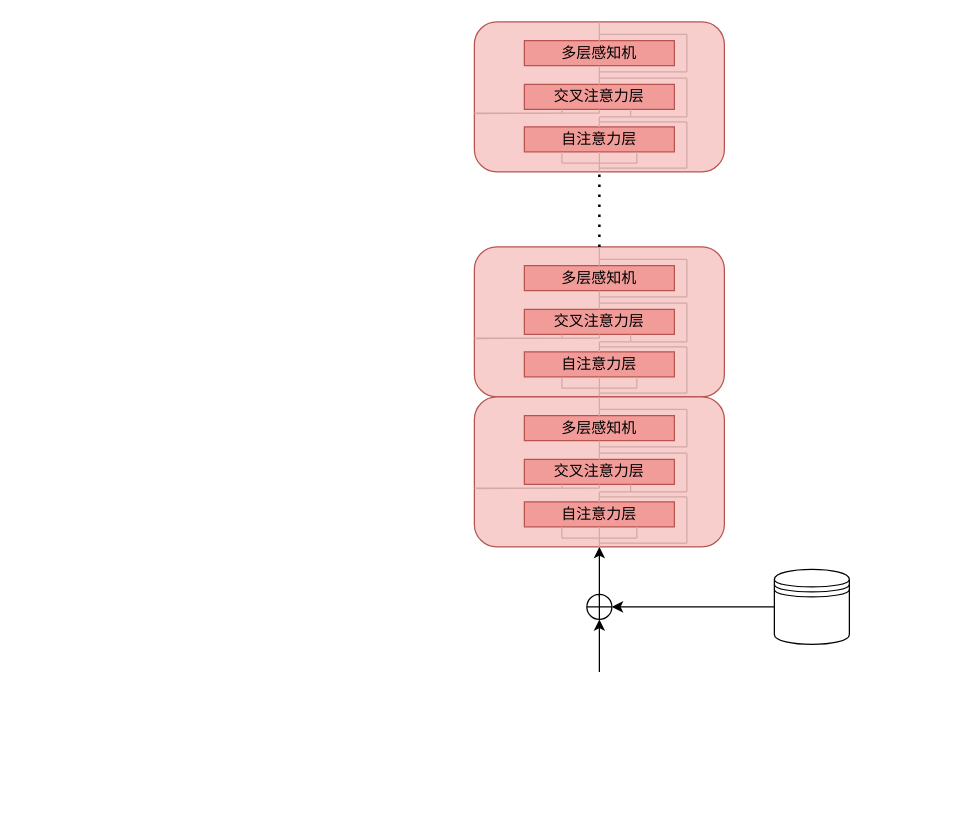
Above: 未命名绘图.drawio in z1z2z3zyy/k8s (draw.io), before the change. Source tidied: cells renumbered, new cells numbered last; positions are measured from the earlier drawing's top-left corner, leaving out a move shared by most shapes. Both pictures are drawn from the tidied source at 125%, with x=0, y=0 at pixel (474, 21). Pictures stored in the file or linked from it are replaced by grey dashed boxes.
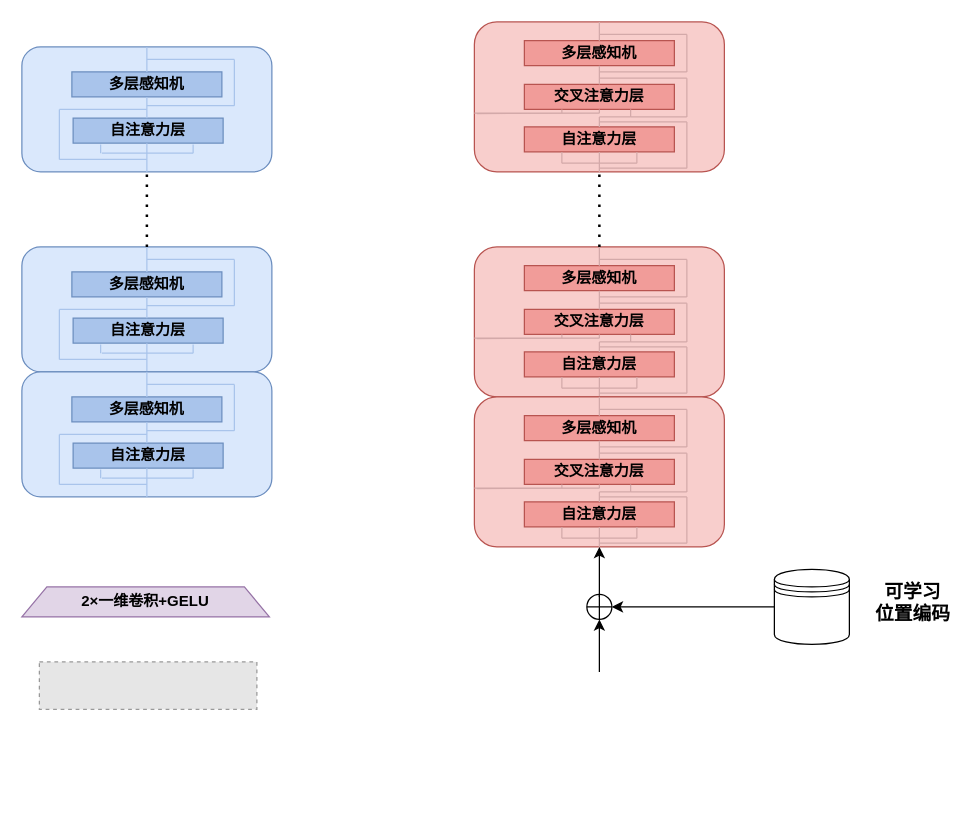
The same page after the edit.

Commit message (it also covers changes not shown here):
更新未命名绘图.drawio

The change refers to these unchanged cells:
```xml
<mxCell id="2" style="group;" parent="1" vertex="1">
  <mxGeometry y="180" width="200" height="120" as="geometry" />
</mxCell>
<mxCell id="29" style="group;" parent="1" vertex="1">
  <mxGeometry y="300" width="200" height="120" as="geometry" />
</mxCell>
<mxCell id="56" style="group;" parent="1" vertex="1">
  <mxGeometry width="200" height="120" as="geometry" />
</mxCell>
```

Change to the diagram source:
```diff
@@
-    <mxCell id="4" value="多层感知机" style="rounded=0;whiteSpace=wrap;html=1;fillColor=#F19C99;strokeColor=#b85450;shadow=0;" parent="2" vertex="1">
+    <mxCell id="4" value="&lt;b&gt;多层感知机&lt;/b&gt;" style="rounded=0;whiteSpace=wrap;html=1;fillColor=#F19C99;strokeColor=#b85450;shadow=0;" parent="2" vertex="1">
       <mxGeometry x="40" y="15" width="120" height="20" as="geometry" />
     </mxCell>
-    <mxCell id="5" value="交叉注意力层" style="rounded=0;whiteSpace=wrap;html=1;fillColor=#F19C99;strokeColor=#b85450;" parent="2" vertex="1">
+    <mxCell id="5" value="&lt;b&gt;交叉注意力层&lt;/b&gt;" style="rounded=0;whiteSpace=wrap;html=1;fillColor=#F19C99;strokeColor=#b85450;" parent="2" vertex="1">
       <mxGeometry x="40" y="50" width="120" height="20" as="geometry" />
     </mxCell>
-    <mxCell id="6" value="自注意力层" style="rounded=0;whiteSpace=wrap;html=1;fillColor=#F19C99;strokeColor=#b85450;" parent="2" vertex="1">
+    <mxCell id="6" value="&lt;b&gt;自注意力层&lt;/b&gt;" style="rounded=0;whiteSpace=wrap;html=1;fillColor=#F19C99;strokeColor=#b85450;" parent="2" vertex="1">
       <mxGeometry x="40" y="84" width="120" height="20" as="geometry" />
     </mxCell>
@@
-    <mxCell id="31" value="多层感知机" style="rounded=0;whiteSpace=wrap;html=1;fillColor=#F19C99;strokeColor=#b85450;shadow=0;" parent="29" vertex="1">
+    <mxCell id="31" value="&lt;b&gt;多层感知机&lt;/b&gt;" style="rounded=0;whiteSpace=wrap;html=1;fillColor=#F19C99;strokeColor=#b85450;shadow=0;" parent="29" vertex="1">
       <mxGeometry x="40" y="15" width="120" height="20" as="geometry" />
     </mxCell>
-    <mxCell id="32" value="交叉注意力层" style="rounded=0;whiteSpace=wrap;html=1;fillColor=#F19C99;strokeColor=#b85450;" parent="29" vertex="1">
+    <mxCell id="32" value="&lt;b&gt;交叉注意力层&lt;/b&gt;" style="rounded=0;whiteSpace=wrap;html=1;fillColor=#F19C99;strokeColor=#b85450;" parent="29" vertex="1">
       <mxGeometry x="40" y="50" width="120" height="20" as="geometry" />
     </mxCell>
-    <mxCell id="33" value="自注意力层" style="rounded=0;whiteSpace=wrap;html=1;fillColor=#F19C99;strokeColor=#b85450;" parent="29" vertex="1">
+    <mxCell id="33" value="&lt;b&gt;自注意力层&lt;/b&gt;" style="rounded=0;whiteSpace=wrap;html=1;fillColor=#F19C99;strokeColor=#b85450;" parent="29" vertex="1">
       <mxGeometry x="40" y="84" width="120" height="20" as="geometry" />
     </mxCell>
@@
-    <mxCell id="58" value="多层感知机" style="rounded=0;whiteSpace=wrap;html=1;fillColor=#F19C99;strokeColor=#b85450;shadow=0;" parent="56" vertex="1">
+    <mxCell id="58" value="&lt;b&gt;多层感知机&lt;/b&gt;" style="rounded=0;whiteSpace=wrap;html=1;fillColor=#F19C99;strokeColor=#b85450;shadow=0;" parent="56" vertex="1">
       <mxGeometry x="40" y="15" width="120" height="20" as="geometry" />
     </mxCell>
-    <mxCell id="59" value="交叉注意力层" style="rounded=0;whiteSpace=wrap;html=1;fillColor=#F19C99;strokeColor=#b85450;" parent="56" vertex="1">
+    <mxCell id="59" value="&lt;b&gt;交叉注意力层&lt;/b&gt;" style="rounded=0;whiteSpace=wrap;html=1;fillColor=#F19C99;strokeColor=#b85450;" parent="56" vertex="1">
       <mxGeometry x="40" y="50" width="120" height="20" as="geometry" />
     </mxCell>
-    <mxCell id="60" value="自注意力层" style="rounded=0;whiteSpace=wrap;html=1;fillColor=#F19C99;strokeColor=#b85450;" parent="56" vertex="1">
+    <mxCell id="60" value="&lt;b&gt;自注意力层&lt;/b&gt;" style="rounded=0;whiteSpace=wrap;html=1;fillColor=#F19C99;strokeColor=#b85450;" parent="56" vertex="1">
       <mxGeometry x="40" y="84" width="120" height="20" as="geometry" />
     </mxCell>
@@
+    <mxCell id="89" value="&lt;font style=&quot;font-size: 15px;&quot;&gt;&lt;b&gt;可学习&lt;/b&gt;&lt;/font&gt;&lt;div&gt;&lt;font style=&quot;font-size: 15px;&quot;&gt;&lt;b&gt;位置编码&lt;/b&gt;&lt;/font&gt;&lt;/div&gt;" style="text;html=1;align=center;verticalAlign=middle;whiteSpace=wrap;rounded=0;" parent="1" vertex="1">
+      <mxGeometry x="316" y="450" width="70" height="28" as="geometry" />
+    </mxCell>
+    <mxCell id="90" style="group;" parent="1" vertex="1">
+      <mxGeometry x="-362" y="180" width="519" height="439" as="geometry" />
+    </mxCell>
+    <mxCell id="91" style="group;" parent="90" vertex="1">
+      <mxGeometry width="519" height="439" as="geometry" />
+    </mxCell>
+    <mxCell id="92" style="rounded=1;whiteSpace=wrap;html=1;fillColor=#dae8fc;strokeColor=#6c8ebf;" parent="91" vertex="1">
+      <mxGeometry width="200" height="100" as="geometry" />
+    </mxCell>
+    <mxCell id="93" value="&lt;b&gt;多层感知机&lt;/b&gt;" style="rounded=0;whiteSpace=wrap;html=1;fillColor=#A9C4EB;strokeColor=#6c8ebf;" parent="91" vertex="1">
+      <mxGeometry x="40" y="20" width="120" height="20" as="geometry" />
+    </mxCell>
+    <mxCell id="94" value="&lt;b&gt;自注意力层&lt;/b&gt;" style="rounded=0;whiteSpace=wrap;html=1;fillColor=#A9C4EB;strokeColor=#6c8ebf;" parent="91" vertex="1">
+      <mxGeometry x="41" y="57" width="120" height="20" as="geometry" />
+    </mxCell>
+    <mxCell id="95" style="endArrow=none;html=1;rounded=0;exitX=0.5;exitY=1;exitDx=0;exitDy=0;strokeColor=#A9C4EB;" parent="91" edge="1" source="92">
+      <mxGeometry relative="1" as="geometry">
+        <mxPoint x="100" y="77" as="targetPoint" />
+      </mxGeometry>
+    </mxCell>
+    <mxCell id="96" style="endArrow=none;html=1;rounded=0;exitX=0.5;exitY=0;exitDx=0;exitDy=0;entryX=0.5;entryY=0;entryDx=0;entryDy=0;strokeColor=#A9C4EB;" parent="91" edge="1" source="93" target="92">
+      <mxGeometry relative="1" as="geometry" />
+    </mxCell>
+    <mxCell id="97" style="fillColor=#E6E6E6;strokeColor=#999999;dashed=1;verticalLabelPosition=bottom;labelBackgroundColor=default;verticalAlign=top;" parent="91" vertex="1">
+      <mxGeometry x="14" y="332" width="174" height="38" as="geometry" />
+    </mxCell>
+    <mxCell id="98" style="endArrow=none;html=1;rounded=0;exitX=0.322;exitY=0.991;exitDx=0;exitDy=0;exitPerimeter=0;entryX=0.685;entryY=0.972;entryDx=0;entryDy=0;entryPerimeter=0;fillColor=#dae8fc;strokeColor=#A9C4EB;" parent="90" edge="1">
+      <mxGeometry relative="1" as="geometry">
+        <mxPoint x="64" y="85" as="sourcePoint" />
+        <mxPoint x="137" y="85" as="targetPoint" />
+      </mxGeometry>
+    </mxCell>
+    <mxCell id="99" style="endArrow=none;html=1;rounded=0;strokeColor=#A9C4EB;" parent="90" edge="1">
+      <mxGeometry relative="1" as="geometry">
+        <mxPoint x="63" y="85" as="sourcePoint" />
+        <mxPoint x="63" y="78" as="targetPoint" />
+      </mxGeometry>
+    </mxCell>
+    <mxCell id="100" style="endArrow=none;html=1;rounded=0;strokeColor=#A9C4EB;" parent="90" edge="1">
+      <mxGeometry relative="1" as="geometry">
+        <mxPoint x="137" y="85" as="sourcePoint" />
+        <mxPoint x="137" y="78" as="targetPoint" />
+      </mxGeometry>
+    </mxCell>
+    <mxCell id="101" style="endArrow=none;html=1;rounded=0;strokeColor=#A9C4EB;" parent="90" edge="1">
+      <mxGeometry relative="1" as="geometry">
+        <mxPoint x="100" y="90" as="sourcePoint" />
+        <mxPoint x="30" y="90" as="targetPoint" />
+      </mxGeometry>
+    </mxCell>
+    <mxCell id="102" style="endArrow=none;html=1;rounded=0;fillColor=#dae8fc;strokeColor=#A9C4EB;" parent="90" edge="1">
+      <mxGeometry relative="1" as="geometry">
+        <mxPoint x="30" y="90" as="sourcePoint" />
+        <mxPoint x="30" y="50" as="targetPoint" />
+      </mxGeometry>
+    </mxCell>
+    <mxCell id="103" style="endArrow=none;html=1;rounded=0;strokeColor=#A9C4EB;" parent="90" edge="1">
+      <mxGeometry relative="1" as="geometry">
+        <mxPoint x="30" y="50" as="sourcePoint" />
+        <mxPoint x="100" y="50" as="targetPoint" />
+      </mxGeometry>
+    </mxCell>
+    <mxCell id="104" style="endArrow=none;html=1;rounded=0;exitX=0.5;exitY=0;exitDx=0;exitDy=0;fillColor=#dae8fc;strokeColor=#A9C4EB;" parent="90" edge="1">
+      <mxGeometry relative="1" as="geometry">
+        <mxPoint x="100" y="57" as="sourcePoint" />
+        <mxPoint x="100" y="40" as="targetPoint" />
+      </mxGeometry>
+    </mxCell>
+    <mxCell id="105" style="endArrow=none;html=1;rounded=0;strokeColor=#A9C4EB;" parent="90" edge="1">
+      <mxGeometry relative="1" as="geometry">
+        <mxPoint x="100" y="47" as="sourcePoint" />
+        <mxPoint x="170" y="47" as="targetPoint" />
+      </mxGeometry>
+    </mxCell>
+    <mxCell id="106" style="endArrow=none;html=1;rounded=0;strokeColor=#A9C4EB;" parent="90" edge="1">
+      <mxGeometry relative="1" as="geometry">
+        <mxPoint x="170" y="47" as="sourcePoint" />
+        <mxPoint x="170" y="10" as="targetPoint" />
+      </mxGeometry>
+    </mxCell>
+    <mxCell id="107" style="endArrow=none;html=1;rounded=0;strokeColor=#A9C4EB;" parent="90" edge="1">
+      <mxGeometry relative="1" as="geometry">
+        <mxPoint x="170" y="10" as="sourcePoint" />
+        <mxPoint x="100" y="10" as="targetPoint" />
+      </mxGeometry>
+    </mxCell>
+    <mxCell id="108" style="group;" parent="1" vertex="1">
+      <mxGeometry x="-362" y="280" width="200" height="100" as="geometry" />
+    </mxCell>
+    <mxCell id="109" style="group;" parent="108" vertex="1">
+      <mxGeometry width="200" height="100" as="geometry" />
+    </mxCell>
+    <mxCell id="110" style="rounded=1;whiteSpace=wrap;html=1;fillColor=#dae8fc;strokeColor=#6c8ebf;" parent="109" vertex="1">
+      <mxGeometry width="200" height="100" as="geometry" />
+    </mxCell>
+    <mxCell id="111" value="&lt;b&gt;多层感知机&lt;/b&gt;" style="rounded=0;whiteSpace=wrap;html=1;fillColor=#A9C4EB;strokeColor=#6c8ebf;" parent="109" vertex="1">
+      <mxGeometry x="40" y="20" width="120" height="20" as="geometry" />
+    </mxCell>
+    <mxCell id="112" value="&lt;b&gt;自注意力层&lt;/b&gt;" style="rounded=0;whiteSpace=wrap;html=1;fillColor=#A9C4EB;strokeColor=#6c8ebf;" parent="109" vertex="1">
+      <mxGeometry x="41" y="57" width="120" height="20" as="geometry" />
+    </mxCell>
+    <mxCell id="113" style="endArrow=none;html=1;rounded=0;exitX=0.5;exitY=1;exitDx=0;exitDy=0;strokeColor=#A9C4EB;" parent="109" edge="1" source="110">
+      <mxGeometry relative="1" as="geometry">
+        <mxPoint x="100" y="77" as="targetPoint" />
+      </mxGeometry>
+    </mxCell>
+    <mxCell id="114" style="endArrow=none;html=1;rounded=0;exitX=0.5;exitY=0;exitDx=0;exitDy=0;entryX=0.5;entryY=0;entryDx=0;entryDy=0;strokeColor=#A9C4EB;" parent="109" edge="1" source="111" target="110">
+      <mxGeometry relative="1" as="geometry" />
+    </mxCell>
+    <mxCell id="115" style="endArrow=none;html=1;rounded=0;exitX=0.322;exitY=0.991;exitDx=0;exitDy=0;exitPerimeter=0;entryX=0.685;entryY=0.972;entryDx=0;entryDy=0;entryPerimeter=0;fillColor=#dae8fc;strokeColor=#A9C4EB;" parent="108" edge="1">
+      <mxGeometry relative="1" as="geometry">
+        <mxPoint x="64" y="85" as="sourcePoint" />
+        <mxPoint x="137" y="85" as="targetPoint" />
+      </mxGeometry>
+    </mxCell>
+    <mxCell id="116" style="endArrow=none;html=1;rounded=0;strokeColor=#A9C4EB;" parent="108" edge="1">
+      <mxGeometry relative="1" as="geometry">
+        <mxPoint x="63" y="85" as="sourcePoint" />
+        <mxPoint x="63" y="78" as="targetPoint" />
+      </mxGeometry>
+    </mxCell>
+    <mxCell id="117" style="endArrow=none;html=1;rounded=0;strokeColor=#A9C4EB;" parent="108" edge="1">
+      <mxGeometry relative="1" as="geometry">
+        <mxPoint x="137" y="85" as="sourcePoint" />
+        <mxPoint x="137" y="78" as="targetPoint" />
+      </mxGeometry>
+    </mxCell>
+    <mxCell id="118" style="endArrow=none;html=1;rounded=0;strokeColor=#A9C4EB;" parent="108" edge="1">
+      <mxGeometry relative="1" as="geometry">
+        <mxPoint x="100" y="90" as="sourcePoint" />
+        <mxPoint x="30" y="90" as="targetPoint" />
+      </mxGeometry>
+    </mxCell>
+    <mxCell id="119" style="endArrow=none;html=1;rounded=0;fillColor=#dae8fc;strokeColor=#A9C4EB;" parent="108" edge="1">
+      <mxGeometry relative="1" as="geometry">
+        <mxPoint x="30" y="90" as="sourcePoint" />
+        <mxPoint x="30" y="50" as="targetPoint" />
+      </mxGeometry>
+    </mxCell>
+    <mxCell id="120" style="endArrow=none;html=1;rounded=0;strokeColor=#A9C4EB;" parent="108" edge="1">
+      <mxGeometry relative="1" as="geometry">
+        <mxPoint x="30" y="50" as="sourcePoint" />
+        <mxPoint x="100" y="50" as="targetPoint" />
+      </mxGeometry>
+    </mxCell>
+    <mxCell id="121" style="endArrow=none;html=1;rounded=0;exitX=0.5;exitY=0;exitDx=0;exitDy=0;fillColor=#dae8fc;strokeColor=#A9C4EB;" parent="108" edge="1">
+      <mxGeometry relative="1" as="geometry">
+        <mxPoint x="100" y="57" as="sourcePoint" />
+        <mxPoint x="100" y="40" as="targetPoint" />
+      </mxGeometry>
+    </mxCell>
+    <mxCell id="122" style="endArrow=none;html=1;rounded=0;strokeColor=#A9C4EB;" parent="108" edge="1">
+      <mxGeometry relative="1" as="geometry">
+        <mxPoint x="100" y="47" as="sourcePoint" />
+        <mxPoint x="170" y="47" as="targetPoint" />
+      </mxGeometry>
+    </mxCell>
+    <mxCell id="123" style="endArrow=none;html=1;rounded=0;strokeColor=#A9C4EB;" parent="108" edge="1">
+      <mxGeometry relative="1" as="geometry">
+        <mxPoint x="170" y="47" as="sourcePoint" />
+        <mxPoint x="170" y="10" as="targetPoint" />
+      </mxGeometry>
+    </mxCell>
+    <mxCell id="124" style="endArrow=none;html=1;rounded=0;strokeColor=#A9C4EB;" parent="108" edge="1">
+      <mxGeometry relative="1" as="geometry">
+        <mxPoint x="170" y="10" as="sourcePoint" />
+        <mxPoint x="100" y="10" as="targetPoint" />
+      </mxGeometry>
+    </mxCell>
+    <mxCell id="125" style="group;" parent="1" vertex="1">
+      <mxGeometry x="-362" y="20" width="200" height="100" as="geometry" />
+    </mxCell>
+    <mxCell id="126" style="group;" parent="125" vertex="1">
+      <mxGeometry width="200" height="100" as="geometry" />
+    </mxCell>
+    <mxCell id="127" style="rounded=1;whiteSpace=wrap;html=1;fillColor=#dae8fc;strokeColor=#6c8ebf;" parent="126" vertex="1">
+      <mxGeometry width="200" height="100" as="geometry" />
+    </mxCell>
+    <mxCell id="128" value="&lt;b&gt;多层感知机&lt;/b&gt;" style="rounded=0;whiteSpace=wrap;html=1;fillColor=#A9C4EB;strokeColor=#6c8ebf;" parent="126" vertex="1">
+      <mxGeometry x="40" y="20" width="120" height="20" as="geometry" />
+    </mxCell>
+    <mxCell id="129" value="&lt;b&gt;自注意力层&lt;/b&gt;" style="rounded=0;whiteSpace=wrap;html=1;fillColor=#A9C4EB;strokeColor=#6c8ebf;" parent="126" vertex="1">
+      <mxGeometry x="41" y="57" width="120" height="20" as="geometry" />
+    </mxCell>
+    <mxCell id="130" style="endArrow=none;html=1;rounded=0;exitX=0.5;exitY=1;exitDx=0;exitDy=0;strokeColor=#A9C4EB;" parent="126" edge="1" source="127">
+      <mxGeometry relative="1" as="geometry">
+        <mxPoint x="100" y="77" as="targetPoint" />
+      </mxGeometry>
+    </mxCell>
+    <mxCell id="131" style="endArrow=none;html=1;rounded=0;exitX=0.5;exitY=0;exitDx=0;exitDy=0;entryX=0.5;entryY=0;entryDx=0;entryDy=0;strokeColor=#A9C4EB;" parent="126" edge="1" source="128" target="127">
+      <mxGeometry relative="1" as="geometry" />
+    </mxCell>
+    <mxCell id="132" style="endArrow=none;html=1;rounded=0;exitX=0.322;exitY=0.991;exitDx=0;exitDy=0;exitPerimeter=0;entryX=0.685;entryY=0.972;entryDx=0;entryDy=0;entryPerimeter=0;fillColor=#dae8fc;strokeColor=#A9C4EB;" parent="125" edge="1">
+      <mxGeometry relative="1" as="geometry">
+        <mxPoint x="64" y="85" as="sourcePoint" />
+        <mxPoint x="137" y="85" as="targetPoint" />
+      </mxGeometry>
+    </mxCell>
+    <mxCell id="133" style="endArrow=none;html=1;rounded=0;strokeColor=#A9C4EB;" parent="125" edge="1">
+      <mxGeometry relative="1" as="geometry">
+        <mxPoint x="63" y="85" as="sourcePoint" />
+        <mxPoint x="63" y="78" as="targetPoint" />
+      </mxGeometry>
+    </mxCell>
+    <mxCell id="134" style="endArrow=none;html=1;rounded=0;strokeColor=#A9C4EB;" parent="125" edge="1">
+      <mxGeometry relative="1" as="geometry">
+        <mxPoint x="137" y="85" as="sourcePoint" />
+        <mxPoint x="137" y="78" as="targetPoint" />
+      </mxGeometry>
+    </mxCell>
+    <mxCell id="135" style="endArrow=none;html=1;rounded=0;strokeColor=#A9C4EB;" parent="125" edge="1">
+      <mxGeometry relative="1" as="geometry">
+        <mxPoint x="100" y="90" as="sourcePoint" />
+        <mxPoint x="30" y="90" as="targetPoint" />
+      </mxGeometry>
+    </mxCell>
+    <mxCell id="136" style="endArrow=none;html=1;rounded=0;fillColor=#dae8fc;strokeColor=#A9C4EB;" parent="125" edge="1">
+      <mxGeometry relative="1" as="geometry">
+        <mxPoint x="30" y="90" as="sourcePoint" />
+        <mxPoint x="30" y="50" as="targetPoint" />
+      </mxGeometry>
+    </mxCell>
+    <mxCell id="137" style="endArrow=none;html=1;rounded=0;strokeColor=#A9C4EB;" parent="125" edge="1">
+      <mxGeometry relative="1" as="geometry">
+        <mxPoint x="30" y="50" as="sourcePoint" />
+        <mxPoint x="100" y="50" as="targetPoint" />
+      </mxGeometry>
+    </mxCell>
+    <mxCell id="138" style="endArrow=none;html=1;rounded=0;exitX=0.5;exitY=0;exitDx=0;exitDy=0;fillColor=#dae8fc;strokeColor=#A9C4EB;" parent="125" edge="1">
+      <mxGeometry relative="1" as="geometry">
+        <mxPoint x="100" y="57" as="sourcePoint" />
+        <mxPoint x="100" y="40" as="targetPoint" />
+      </mxGeometry>
+    </mxCell>
+    <mxCell id="139" style="endArrow=none;html=1;rounded=0;strokeColor=#A9C4EB;" parent="125" edge="1">
+      <mxGeometry relative="1" as="geometry">
+        <mxPoint x="100" y="47" as="sourcePoint" />
+        <mxPoint x="170" y="47" as="targetPoint" />
+      </mxGeometry>
+    </mxCell>
+    <mxCell id="140" style="endArrow=none;html=1;rounded=0;strokeColor=#A9C4EB;" parent="125" edge="1">
+      <mxGeometry relative="1" as="geometry">
+        <mxPoint x="170" y="47" as="sourcePoint" />
+        <mxPoint x="170" y="10" as="targetPoint" />
+      </mxGeometry>
+    </mxCell>
+    <mxCell id="141" style="endArrow=none;html=1;rounded=0;strokeColor=#A9C4EB;" parent="125" edge="1">
+      <mxGeometry relative="1" as="geometry">
+        <mxPoint x="170" y="10" as="sourcePoint" />
+        <mxPoint x="100" y="10" as="targetPoint" />
+      </mxGeometry>
+    </mxCell>
+    <mxCell id="142" style="endArrow=none;dashed=1;html=1;dashPattern=1 3;strokeWidth=2;rounded=0;entryX=0.5;entryY=1;entryDx=0;entryDy=0;exitX=0.5;exitY=0;exitDx=0;exitDy=0;" parent="1" edge="1" source="92" target="127">
+      <mxGeometry relative="1" as="geometry" />
+    </mxCell>
+    <mxCell id="143" value="&lt;b&gt;2×一维卷积+GELU&lt;/b&gt;" style="shape=trapezoid;perimeter=trapezoidPerimeter;whiteSpace=wrap;html=1;fixedSize=1;fillColor=#e1d5e7;strokeColor=#9673a6;" parent="1" vertex="1">
+      <mxGeometry x="-362" y="452" width="198" height="24" as="geometry" />
+    </mxCell>
```
